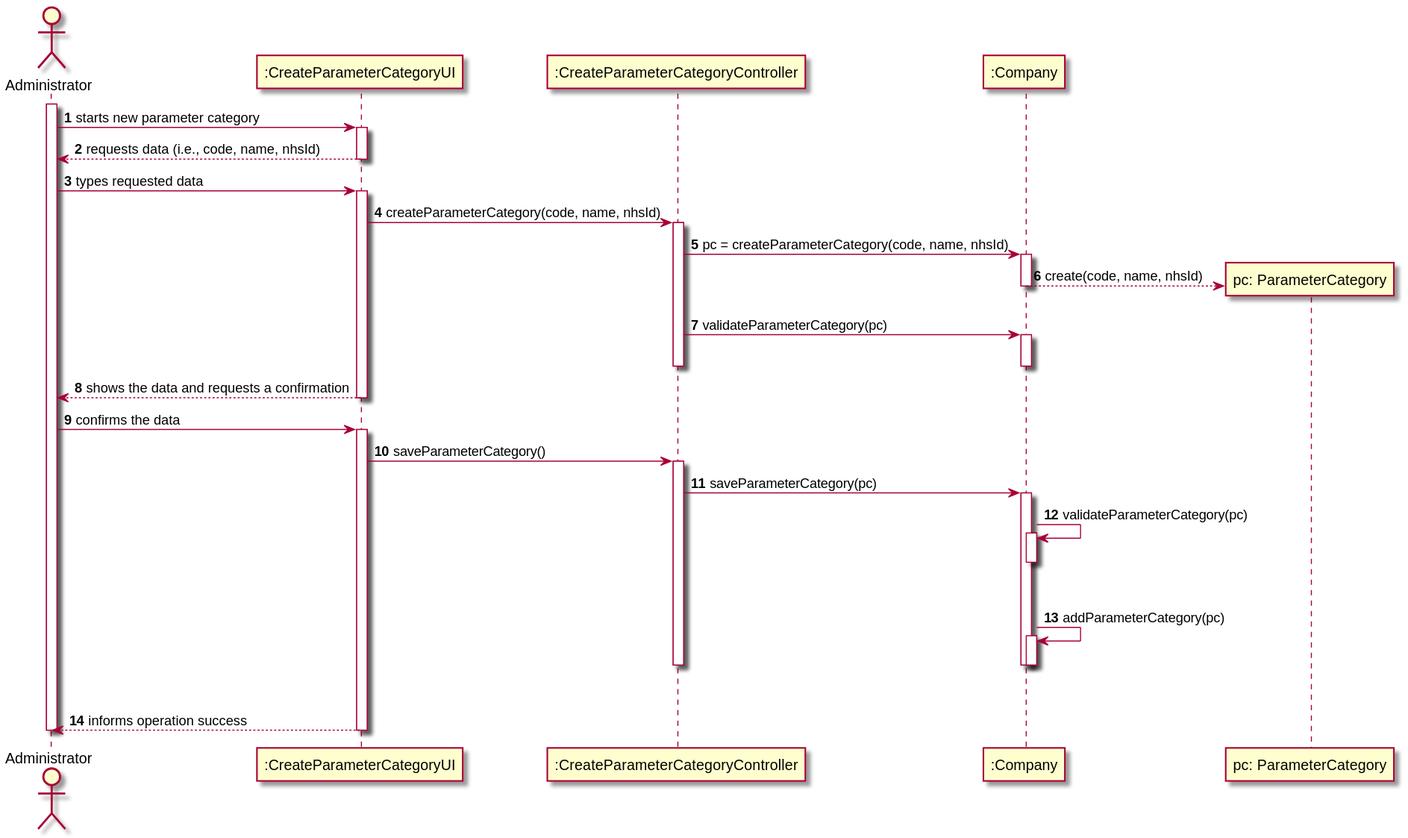
This is docs/SprintB/US_11/US011_SD.svg from ana-albergaria/LAPR2-ISEP, a PlantUML export, as it was before one commit.
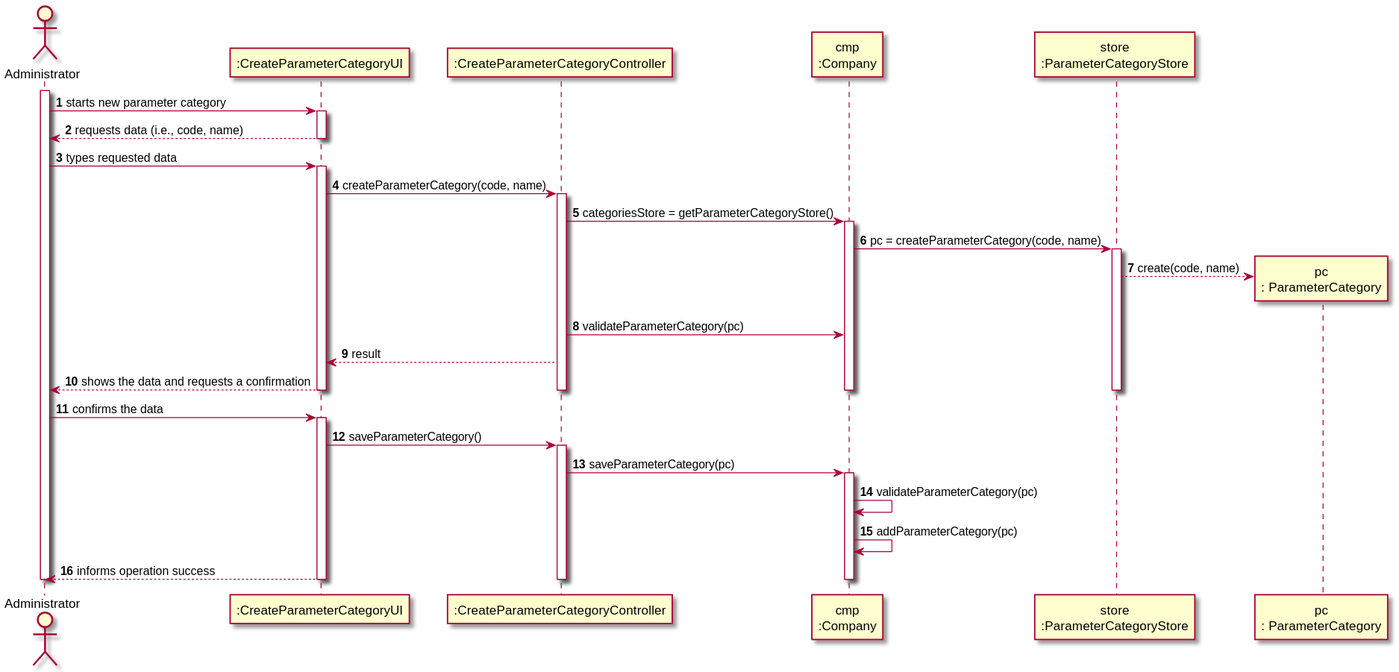
Later version of the same file.

Diff of the diagram source:
```diff
@@ -4,33 +4,37 @@
 
 participant ":CreateParameterCategoryUI" as UI
 participant ":CreateParameterCategoryController" as CTRL
-participant ":Company" as CMP
-participant "pc: ParameterCategory" as PC
+participant "cmp\n:Company" as CMP
+participant "store\n:ParameterCategoryStore" as STORE
+participant "pc\n: ParameterCategory" as PC
 
 activate ADM
 ADM -> UI : starts new parameter category
 activate UI
-UI --> ADM : requests data (i.e., code, name, nhsId)
+UI --> ADM : requests data (i.e., code, name)
 deactivate UI
 
 ADM -> UI : types requested data
 activate UI
 
-UI -> CTRL : createParameterCategory(code, name, nhsId)
+UI -> CTRL : createParameterCategory(code, name)
 activate CTRL
 
-CTRL -> CMP : pc = createParameterCategory(code, name, nhsId)
+CTRL -> CMP : categoriesStore = getParameterCategoryStore()
 activate CMP
 
-CMP --> PC** : create(code, name, nhsId)
-deactivate CMP
+CMP -> STORE : pc = createParameterCategory(code, name)
+activate STORE
+STORE --> PC** : create(code, name)
 
 CTRL -> CMP : validateParameterCategory(pc)
-activate CMP
+
+CTRL --> UI: result
+
+UI --> ADM : shows the data and requests a confirmation
+deactivate STORE
 deactivate CTRL
 deactivate CMP
-
-UI --> ADM : shows the data and requests a confirmation
 deactivate UI
 
 ADM -> UI : confirms the data
@@ -43,18 +47,12 @@
 activate CMP
 
 CMP -> CMP : validateParameterCategory(pc)
-activate CMP
-|||
-deactivate CMP
 
 CMP -> CMP : addParameterCategory(pc)
-activate CMP
-|||
-deactivate CMP
+
+ADM <-- UI : informs operation success
 deactivate CMP
 deactivate CTRL
-
-ADM <-- UI : informs operation success
 deactivate UI
 deactivate ADM
 
```
